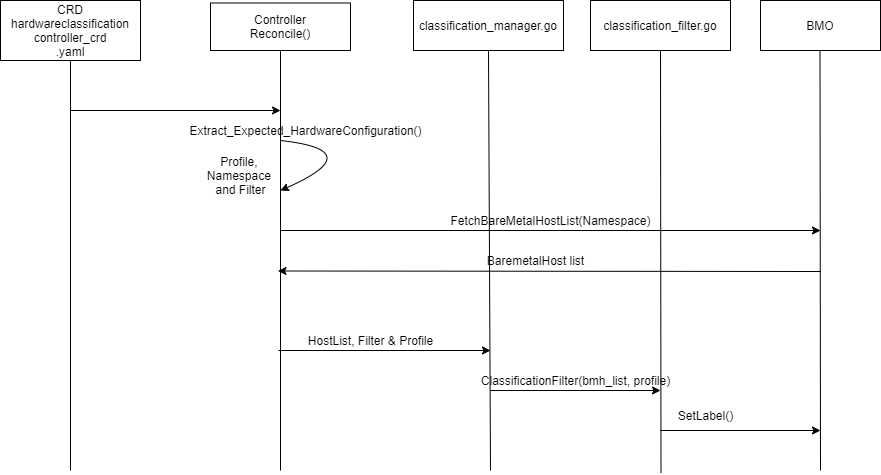
Before: design/hwcc_sequence_diagram.png, a diagram exported from draw.io (metal3-io/metal3-docs). Source tidied: cells renumbered, new cells last; positions are measured from the earlier drawing's top-left corner, leaving out a move shared by most shapes. Its diagram source:
```xml
<mxGraphModel background="#ffffff">
  <root>
    <mxCell id="0" />
    <mxCell id="1" parent="0" />
    <mxCell id="2" value="CRD&lt;br&gt;hardwareclassification&lt;br&gt;controller_crd&lt;br&gt;.yaml" style="rounded=0;whiteSpace=wrap;html=1;" parent="1" vertex="1">
      <mxGeometry width="140" height="60" as="geometry" />
    </mxCell>
    <mxCell id="3" style="endArrow=none;html=1;entryX=0.5;entryY=1;entryDx=0;entryDy=0;" parent="1" edge="1" target="2">
      <mxGeometry relative="1" as="geometry">
        <mxPoint x="70" y="470" as="sourcePoint" />
      </mxGeometry>
    </mxCell>
    <mxCell id="4" style="endArrow=none;html=1;entryX=0.5;entryY=1;entryDx=0;entryDy=0;" parent="1" edge="1" target="13">
      <mxGeometry relative="1" as="geometry">
        <mxPoint x="280" y="470" as="sourcePoint" />
      </mxGeometry>
    </mxCell>
    <mxCell id="5" style="endArrow=none;html=1;" parent="1" edge="1">
      <mxGeometry relative="1" as="geometry">
        <mxPoint x="660.5" y="472.5" as="sourcePoint" />
        <mxPoint x="660" y="50" as="targetPoint" />
      </mxGeometry>
    </mxCell>
    <mxCell id="6" style="endArrow=classic;html=1;" parent="1" edge="1">
      <mxGeometry relative="1" as="geometry">
        <mxPoint x="70" y="110" as="sourcePoint" />
        <mxPoint x="280" y="110" as="targetPoint" />
      </mxGeometry>
    </mxCell>
    <mxCell id="7" value="FetchBareMetalHostList(Namespace)" style="text;html=1;align=center;verticalAlign=middle;" parent="1" vertex="1">
      <mxGeometry x="440" y="210" width="220" height="20" as="geometry" />
    </mxCell>
    <mxCell id="8" style="endArrow=classic;html=1;curved=1;" parent="1" edge="1">
      <mxGeometry relative="1" as="geometry">
        <mxPoint x="280" y="140" as="sourcePoint" />
        <mxPoint x="280" y="190" as="targetPoint" />
        <Array as="points">
          <mxPoint x="370" y="150" />
        </Array>
      </mxGeometry>
    </mxCell>
    <mxCell id="9" value="Extract_Expected_HardwareConfiguration()" style="text;html=1;align=center;verticalAlign=middle;" parent="1" vertex="1">
      <mxGeometry x="180" y="120" width="250" height="20" as="geometry" />
    </mxCell>
    <mxCell id="10" value="Profile, &lt;br&gt;Namespace &lt;br&gt;and Filter" style="text;html=1;align=center;verticalAlign=middle;" parent="1" vertex="1">
      <mxGeometry x="200" y="150" width="80" height="50" as="geometry" />
    </mxCell>
    <mxCell id="11" value="ClassificationFilter(bmh_list, profile)" style="text;html=1;align=center;verticalAlign=middle;" parent="1" vertex="1">
      <mxGeometry x="470" y="370" width="210" height="20" as="geometry" />
    </mxCell>
    <mxCell id="12" value="SetLabel()" style="text;html=1;align=center;verticalAlign=middle;" parent="1" vertex="1">
      <mxGeometry x="670" y="405" width="70" height="20" as="geometry" />
    </mxCell>
    <mxCell id="13" value="Controller&lt;br&gt;Reconcile()" style="rounded=0;whiteSpace=wrap;html=1;" parent="1" vertex="1">
      <mxGeometry x="210" y="2.5" width="140" height="47.5" as="geometry" />
    </mxCell>
    <mxCell id="14" value="classification_filter.go" style="rounded=0;whiteSpace=wrap;html=1;" parent="1" vertex="1">
      <mxGeometry x="590" width="140" height="50" as="geometry" />
    </mxCell>
    <mxCell id="15" value="BMO" style="rounded=0;whiteSpace=wrap;html=1;" parent="1" vertex="1">
      <mxGeometry x="760" width="120" height="50" as="geometry" />
    </mxCell>
    <mxCell id="16" style="endArrow=classic;html=1;" parent="1" edge="1">
      <mxGeometry relative="1" as="geometry">
        <mxPoint x="280" y="230" as="sourcePoint" />
        <mxPoint x="820" y="230" as="targetPoint" />
      </mxGeometry>
    </mxCell>
    <mxCell id="17" style="endArrow=none;html=1;entryX=0.5;entryY=1;entryDx=0;entryDy=0;" parent="1" edge="1">
      <mxGeometry relative="1" as="geometry">
        <mxPoint x="820" y="470" as="sourcePoint" />
        <mxPoint x="819.5" y="50" as="targetPoint" />
      </mxGeometry>
    </mxCell>
    <mxCell id="18" style="endArrow=classic;html=1;" parent="1" edge="1">
      <mxGeometry relative="1" as="geometry">
        <mxPoint x="660" y="430" as="sourcePoint" />
        <mxPoint x="820" y="430" as="targetPoint" />
      </mxGeometry>
    </mxCell>
    <mxCell id="19" style="endArrow=classic;html=1;" parent="1" edge="1">
      <mxGeometry relative="1" as="geometry">
        <mxPoint x="820" y="271" as="sourcePoint" />
        <mxPoint x="277.5" y="270.5" as="targetPoint" />
      </mxGeometry>
    </mxCell>
    <mxCell id="20" value="BaremetalHost list" style="text;html=1;align=center;verticalAlign=middle;" parent="1" vertex="1">
      <mxGeometry x="480" y="250" width="110" height="20" as="geometry" />
    </mxCell>
    <mxCell id="21" value="classification_manager.go" style="rounded=0;whiteSpace=wrap;html=1;" parent="1" vertex="1">
      <mxGeometry x="413" width="150" height="50" as="geometry" />
    </mxCell>
    <mxCell id="22" style="endArrow=none;html=1;entryX=0.5;entryY=1;entryDx=0;entryDy=0;" parent="1" edge="1" target="21">
      <mxGeometry relative="1" as="geometry">
        <mxPoint x="490" y="470" as="sourcePoint" />
      </mxGeometry>
    </mxCell>
    <mxCell id="23" style="endArrow=classic;html=1;" parent="1" edge="1">
      <mxGeometry relative="1" as="geometry">
        <mxPoint x="490" y="390" as="sourcePoint" />
        <mxPoint x="660" y="390" as="targetPoint" />
      </mxGeometry>
    </mxCell>
    <mxCell id="24" style="endArrow=classic;html=1;" parent="1" edge="1">
      <mxGeometry relative="1" as="geometry">
        <mxPoint x="278" y="350" as="sourcePoint" />
        <mxPoint x="490" y="350" as="targetPoint" />
      </mxGeometry>
    </mxCell>
    <mxCell id="25" value="HostList, Filter &amp;amp; Profile" style="text;html=1;align=center;verticalAlign=middle;" parent="1" vertex="1">
      <mxGeometry x="300" y="330" width="140" height="20" as="geometry" />
    </mxCell>
  </root>
</mxGraphModel>
```
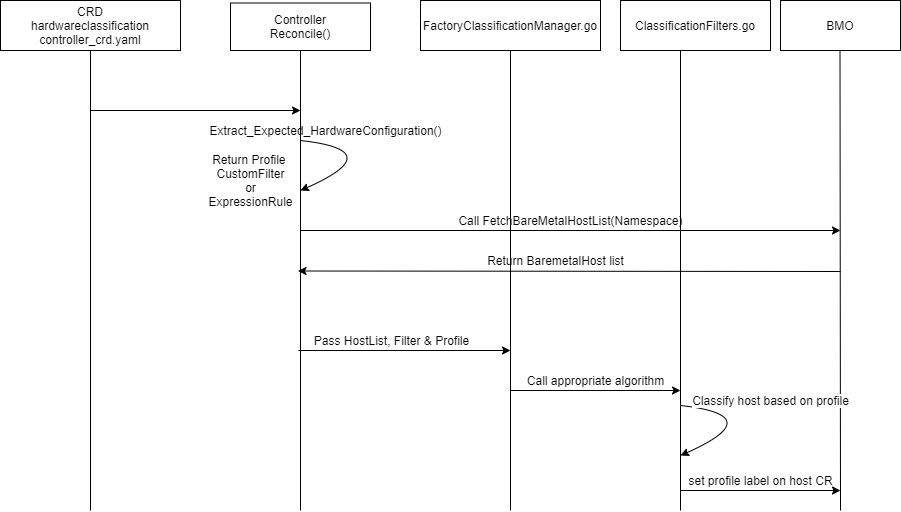
Later version of the same file.

Commit message:
Updated spec with new implementation changes and sequence daigram

The edit, as a diff of the source:
```diff
@@ -2,22 +2,22 @@
   <root>
     <mxCell id="0" />
     <mxCell id="1" parent="0" />
-    <mxCell id="2" value="CRD&lt;br&gt;hardwareclassification&lt;br&gt;controller_crd&lt;br&gt;.yaml" style="rounded=0;whiteSpace=wrap;html=1;" parent="1" vertex="1">
-      <mxGeometry width="140" height="60" as="geometry" />
+    <mxCell id="2" value="CRD&lt;br&gt;hardwareclassification&lt;br&gt;controller_crd.yaml" style="rounded=0;whiteSpace=wrap;html=1;" parent="1" vertex="1">
+      <mxGeometry x="-20" width="180" height="50" as="geometry" />
     </mxCell>
     <mxCell id="3" style="endArrow=none;html=1;entryX=0.5;entryY=1;entryDx=0;entryDy=0;" parent="1" edge="1" target="2">
       <mxGeometry relative="1" as="geometry">
-        <mxPoint x="70" y="470" as="sourcePoint" />
+        <mxPoint x="70" y="510" as="sourcePoint" />
       </mxGeometry>
     </mxCell>
     <mxCell id="4" style="endArrow=none;html=1;entryX=0.5;entryY=1;entryDx=0;entryDy=0;" parent="1" edge="1" target="13">
       <mxGeometry relative="1" as="geometry">
-        <mxPoint x="280" y="470" as="sourcePoint" />
+        <mxPoint x="280" y="510" as="sourcePoint" />
       </mxGeometry>
     </mxCell>
     <mxCell id="5" style="endArrow=none;html=1;" parent="1" edge="1">
       <mxGeometry relative="1" as="geometry">
-        <mxPoint x="660.5" y="472.5" as="sourcePoint" />
+        <mxPoint x="660" y="510" as="sourcePoint" />
         <mxPoint x="660" y="50" as="targetPoint" />
       </mxGeometry>
     </mxCell>
@@ -27,8 +27,8 @@
         <mxPoint x="280" y="110" as="targetPoint" />
       </mxGeometry>
     </mxCell>
-    <mxCell id="7" value="FetchBareMetalHostList(Namespace)" style="text;html=1;align=center;verticalAlign=middle;" parent="1" vertex="1">
-      <mxGeometry x="440" y="210" width="220" height="20" as="geometry" />
+    <mxCell id="7" value="Call FetchBareMetalHostList(Namespace)" style="text;html=1;align=center;verticalAlign=middle;" parent="1" vertex="1">
+      <mxGeometry x="430" y="210" width="240" height="20" as="geometry" />
     </mxCell>
     <mxCell id="8" style="endArrow=classic;html=1;curved=1;" parent="1" edge="1">
       <mxGeometry relative="1" as="geometry">
@@ -42,20 +42,14 @@
     <mxCell id="9" value="Extract_Expected_HardwareConfiguration()" style="text;html=1;align=center;verticalAlign=middle;" parent="1" vertex="1">
       <mxGeometry x="180" y="120" width="250" height="20" as="geometry" />
     </mxCell>
-    <mxCell id="10" value="Profile, &lt;br&gt;Namespace &lt;br&gt;and Filter" style="text;html=1;align=center;verticalAlign=middle;" parent="1" vertex="1">
-      <mxGeometry x="200" y="150" width="80" height="50" as="geometry" />
+    <mxCell id="10" value="Return Profile&amp;nbsp;&lt;br&gt;CustomFilter&lt;br&gt;or&lt;br&gt;ExpressionRule" style="text;html=1;align=center;verticalAlign=middle;" parent="1" vertex="1">
+      <mxGeometry x="180" y="150" width="100" height="60" as="geometry" />
     </mxCell>
-    <mxCell id="11" value="ClassificationFilter(bmh_list, profile)" style="text;html=1;align=center;verticalAlign=middle;" parent="1" vertex="1">
-      <mxGeometry x="470" y="370" width="210" height="20" as="geometry" />
-    </mxCell>
-    <mxCell id="12" value="SetLabel()" style="text;html=1;align=center;verticalAlign=middle;" parent="1" vertex="1">
-      <mxGeometry x="670" y="405" width="70" height="20" as="geometry" />
-    </mxCell>
     <mxCell id="13" value="Controller&lt;br&gt;Reconcile()" style="rounded=0;whiteSpace=wrap;html=1;" parent="1" vertex="1">
       <mxGeometry x="210" y="2.5" width="140" height="47.5" as="geometry" />
     </mxCell>
-    <mxCell id="14" value="classification_filter.go" style="rounded=0;whiteSpace=wrap;html=1;" parent="1" vertex="1">
-      <mxGeometry x="590" width="140" height="50" as="geometry" />
+    <mxCell id="14" value="ClassificationFilters.go" style="rounded=0;whiteSpace=wrap;html=1;" parent="1" vertex="1">
+      <mxGeometry x="600" width="150" height="50" as="geometry" />
     </mxCell>
     <mxCell id="15" value="BMO" style="rounded=0;whiteSpace=wrap;html=1;" parent="1" vertex="1">
       <mxGeometry x="760" width="120" height="50" as="geometry" />
@@ -68,14 +62,14 @@
     </mxCell>
     <mxCell id="17" style="endArrow=none;html=1;entryX=0.5;entryY=1;entryDx=0;entryDy=0;" parent="1" edge="1">
       <mxGeometry relative="1" as="geometry">
-        <mxPoint x="820" y="470" as="sourcePoint" />
+        <mxPoint x="820" y="510" as="sourcePoint" />
         <mxPoint x="819.5" y="50" as="targetPoint" />
       </mxGeometry>
     </mxCell>
     <mxCell id="18" style="endArrow=classic;html=1;" parent="1" edge="1">
       <mxGeometry relative="1" as="geometry">
-        <mxPoint x="660" y="430" as="sourcePoint" />
-        <mxPoint x="820" y="430" as="targetPoint" />
+        <mxPoint x="660" y="490" as="sourcePoint" />
+        <mxPoint x="820" y="490" as="targetPoint" />
       </mxGeometry>
     </mxCell>
     <mxCell id="19" style="endArrow=classic;html=1;" parent="1" edge="1">
@@ -84,15 +78,15 @@
         <mxPoint x="277.5" y="270.5" as="targetPoint" />
       </mxGeometry>
     </mxCell>
-    <mxCell id="20" value="BaremetalHost list" style="text;html=1;align=center;verticalAlign=middle;" parent="1" vertex="1">
-      <mxGeometry x="480" y="250" width="110" height="20" as="geometry" />
+    <mxCell id="20" value="Return BaremetalHost list" style="text;html=1;align=center;verticalAlign=middle;" parent="1" vertex="1">
+      <mxGeometry x="460" y="250" width="150" height="20" as="geometry" />
     </mxCell>
-    <mxCell id="21" value="classification_manager.go" style="rounded=0;whiteSpace=wrap;html=1;" parent="1" vertex="1">
-      <mxGeometry x="413" width="150" height="50" as="geometry" />
+    <mxCell id="21" value="FactoryClassificationManager.go" style="rounded=0;whiteSpace=wrap;html=1;" parent="1" vertex="1">
+      <mxGeometry x="400" width="180" height="50" as="geometry" />
     </mxCell>
     <mxCell id="22" style="endArrow=none;html=1;entryX=0.5;entryY=1;entryDx=0;entryDy=0;" parent="1" edge="1" target="21">
       <mxGeometry relative="1" as="geometry">
-        <mxPoint x="490" y="470" as="sourcePoint" />
+        <mxPoint x="490" y="510" as="sourcePoint" />
       </mxGeometry>
     </mxCell>
     <mxCell id="23" style="endArrow=classic;html=1;" parent="1" edge="1">
@@ -107,8 +101,28 @@
         <mxPoint x="490" y="350" as="targetPoint" />
       </mxGeometry>
     </mxCell>
-    <mxCell id="25" value="HostList, Filter &amp;amp; Profile" style="text;html=1;align=center;verticalAlign=middle;" parent="1" vertex="1">
-      <mxGeometry x="300" y="330" width="140" height="20" as="geometry" />
+    <mxCell id="25" value="Pass HostList, Filter &amp;amp; Profile" style="text;html=1;align=center;verticalAlign=middle;" parent="1" vertex="1">
+      <mxGeometry x="286" y="330" width="170" height="20" as="geometry" />
     </mxCell>
+    <mxCell id="26" value="Call appropriate algorithm" style="text;html=1;align=center;verticalAlign=middle;" parent="1" vertex="1">
+      <mxGeometry x="500" y="370" width="150" height="20" as="geometry" />
+    </mxCell>
+    <mxCell id="27" style="endArrow=classic;html=1;curved=1;" parent="1" edge="1">
+      <mxGeometry relative="1" as="geometry">
+        <mxPoint x="660" y="405" as="sourcePoint" />
+        <mxPoint x="660" y="455" as="targetPoint" />
+        <Array as="points">
+          <mxPoint x="750" y="415" />
+        </Array>
+      </mxGeometry>
+    </mxCell>
+    <mxCell id="28" value="Classify host based on profile" style="text;html=1;align=center;verticalAlign=middle;labelBackgroundColor=#ffffff;" parent="27" vertex="1">
+      <mxGeometry x="-0.27" relative="1" as="geometry">
+        <mxPoint x="21.4" y="-12.6" as="offset" />
+      </mxGeometry>
+    </mxCell>
+    <mxCell id="29" value="set profile label on host CR" style="text;html=1;align=center;verticalAlign=middle;" parent="1" vertex="1">
+      <mxGeometry x="660" y="470" width="160" height="20" as="geometry" />
+    </mxCell>
   </root>
 </mxGraphModel>
```
